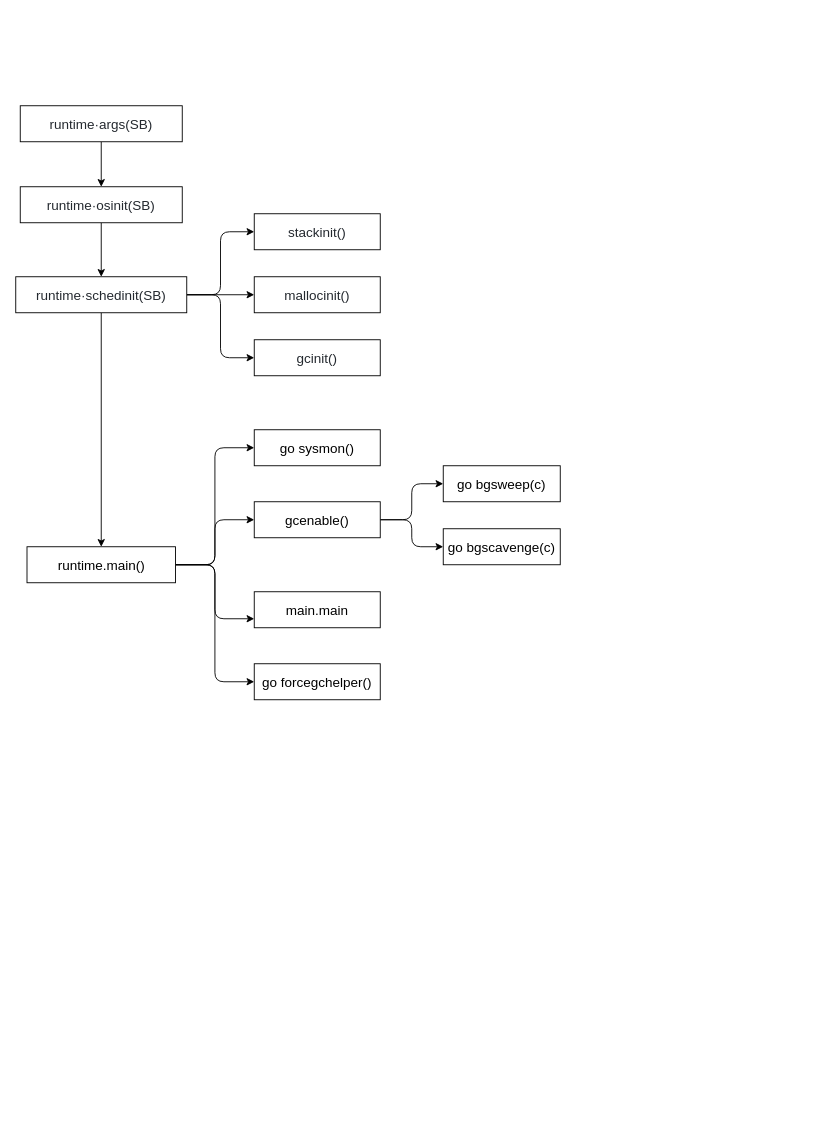
Before: page "bootstrap" (1 of 2) of source/diagrams/Go.drawio in wxquare/wxquare.github.io, a draw.io diagram. Source tidied: cells renumbered, new cells numbered last; positions are measured from the earlier drawing's top-left corner, leaving out a move shared by most shapes. Both pictures are drawn from the tidied source at 90%, with x=0, y=0 at pixel (15, 105).
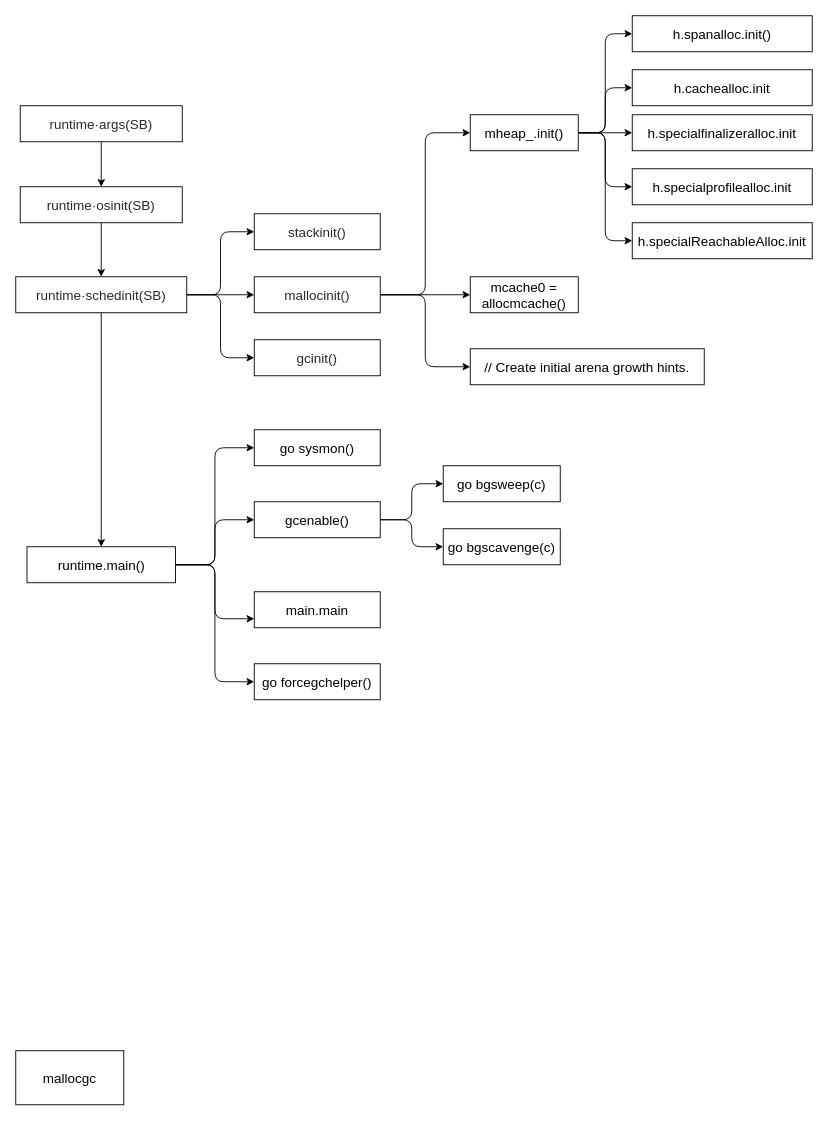
After the change.

Unchanged cells that the change refers to:
```xml
<mxCell id="12" value="&lt;div style=&quot;box-sizing: border-box; font-size: 15px; margin-top: 0px; margin-bottom: 0px; overflow-wrap: normal; padding: 16px; overflow: auto; line-height: 1.45; background-color: var(--color-canvas-subtle); border-radius: 6px; word-break: normal; color: rgb(36, 41, 47); text-align: start;&quot;&gt;&lt;div style=&quot;box-sizing: border-box; margin-top: 0px; margin-bottom: 0px; overflow-wrap: normal; padding: 16px; overflow: auto; line-height: 1.45; background-color: var(--color-canvas-subtle); border-radius: 6px; word-break: normal; font-size: 15px;&quot;&gt;mallocinit()&lt;/div&gt;&lt;/div&gt;" style="rounded=0;whiteSpace=wrap;html=1;fontFamily=Helvetica;fontSize=15;" parent="1" vertex="1">
  <mxGeometry x="265" y="190" width="140" height="40" as="geometry" />
</mxCell>
```

Diff of the diagram source:
```diff
@@
+    <mxCell id="27" style="edgeStyle=orthogonalEdgeStyle;rounded=1;jettySize=auto;html=1;exitX=1;exitY=0.5;exitDx=0;exitDy=0;entryX=0;entryY=0.5;entryDx=0;entryDy=0;fontFamily=Helvetica;fontSize=15;" parent="1" edge="1" source="12" target="35">
+      <mxGeometry relative="1" as="geometry" />
+    </mxCell>
+    <mxCell id="28" style="edgeStyle=orthogonalEdgeStyle;rounded=1;jettySize=auto;html=1;exitX=1;exitY=0.5;exitDx=0;exitDy=0;entryX=0;entryY=0.5;entryDx=0;entryDy=0;fontFamily=Helvetica;fontSize=15;" parent="1" edge="1" source="12" target="36">
+      <mxGeometry relative="1" as="geometry" />
+    </mxCell>
+    <mxCell id="29" style="edgeStyle=orthogonalEdgeStyle;rounded=1;jettySize=auto;html=1;exitX=1;exitY=0.5;exitDx=0;exitDy=0;entryX=0;entryY=0.5;entryDx=0;entryDy=0;fontFamily=Helvetica;fontSize=15;" parent="1" edge="1" source="12" target="37">
+      <mxGeometry relative="1" as="geometry" />
+    </mxCell>
@@
+    <mxCell id="30" style="edgeStyle=orthogonalEdgeStyle;rounded=1;jettySize=auto;html=1;exitX=1;exitY=0.5;exitDx=0;exitDy=0;entryX=0;entryY=0.5;entryDx=0;entryDy=0;fontFamily=Helvetica;fontSize=15;" parent="1" edge="1" source="35" target="38">
+      <mxGeometry relative="1" as="geometry" />
+    </mxCell>
+    <mxCell id="31" style="edgeStyle=orthogonalEdgeStyle;rounded=1;jettySize=auto;html=1;exitX=1;exitY=0.5;exitDx=0;exitDy=0;entryX=0;entryY=0.5;entryDx=0;entryDy=0;fontFamily=Helvetica;fontSize=15;" parent="1" edge="1" source="35" target="39">
+      <mxGeometry relative="1" as="geometry" />
+    </mxCell>
+    <mxCell id="32" style="edgeStyle=orthogonalEdgeStyle;rounded=1;jettySize=auto;html=1;exitX=1;exitY=0.5;exitDx=0;exitDy=0;entryX=0;entryY=0.5;entryDx=0;entryDy=0;fontFamily=Helvetica;fontSize=15;" parent="1" edge="1" source="35" target="40">
+      <mxGeometry relative="1" as="geometry" />
+    </mxCell>
+    <mxCell id="33" style="edgeStyle=orthogonalEdgeStyle;rounded=1;jettySize=auto;html=1;exitX=1;exitY=0.5;exitDx=0;exitDy=0;entryX=0;entryY=0.5;entryDx=0;entryDy=0;fontFamily=Helvetica;fontSize=15;" parent="1" edge="1" source="35" target="41">
+      <mxGeometry relative="1" as="geometry" />
+    </mxCell>
+    <mxCell id="34" style="edgeStyle=orthogonalEdgeStyle;rounded=1;jettySize=auto;html=1;exitX=1;exitY=0.5;exitDx=0;exitDy=0;entryX=0;entryY=0.5;entryDx=0;entryDy=0;fontFamily=Helvetica;fontSize=15;" parent="1" edge="1" source="35" target="42">
+      <mxGeometry relative="1" as="geometry" />
+    </mxCell>
+    <mxCell id="35" value="mheap_.init()" style="rounded=0;whiteSpace=wrap;html=1;fontFamily=Helvetica;fontSize=15;" parent="1" vertex="1">
+      <mxGeometry x="505" y="10" width="120" height="40" as="geometry" />
+    </mxCell>
+    <mxCell id="36" value="mcache0 = allocmcache()" style="rounded=0;whiteSpace=wrap;html=1;fontFamily=Helvetica;fontSize=15;" parent="1" vertex="1">
+      <mxGeometry x="505" y="190" width="120" height="40" as="geometry" />
+    </mxCell>
+    <mxCell id="37" value="// Create initial arena growth hints." style="rounded=0;whiteSpace=wrap;html=1;fontFamily=Helvetica;fontSize=15;" parent="1" vertex="1">
+      <mxGeometry x="505" y="270" width="260" height="40" as="geometry" />
+    </mxCell>
+    <mxCell id="38" value="h.spanalloc.init()" style="rounded=0;whiteSpace=wrap;html=1;fontFamily=Helvetica;fontSize=15;" parent="1" vertex="1">
+      <mxGeometry x="685" y="-100" width="200" height="40" as="geometry" />
+    </mxCell>
+    <mxCell id="39" value="h.cachealloc.init" style="rounded=0;whiteSpace=wrap;html=1;fontFamily=Helvetica;fontSize=15;" parent="1" vertex="1">
+      <mxGeometry x="685" y="-40" width="200" height="40" as="geometry" />
+    </mxCell>
+    <mxCell id="40" value="h.specialfinalizeralloc.init" style="rounded=0;whiteSpace=wrap;html=1;fontFamily=Helvetica;fontSize=15;" parent="1" vertex="1">
+      <mxGeometry x="685" y="10" width="200" height="40" as="geometry" />
+    </mxCell>
+    <mxCell id="41" value="h.specialprofilealloc.init" style="rounded=0;whiteSpace=wrap;html=1;fontFamily=Helvetica;fontSize=15;" parent="1" vertex="1">
+      <mxGeometry x="685" y="70" width="200" height="40" as="geometry" />
+    </mxCell>
+    <mxCell id="42" value="h.specialReachableAlloc.init" style="rounded=0;whiteSpace=wrap;html=1;fontFamily=Helvetica;fontSize=15;" parent="1" vertex="1">
+      <mxGeometry x="685" y="130" width="200" height="40" as="geometry" />
+    </mxCell>
+    <mxCell id="43" value="mallocgc" style="rounded=0;whiteSpace=wrap;html=1;fontFamily=Helvetica;fontSize=15;" parent="1" vertex="1">
+      <mxGeometry y="1050" width="120" height="60" as="geometry" />
+    </mxCell>
```
